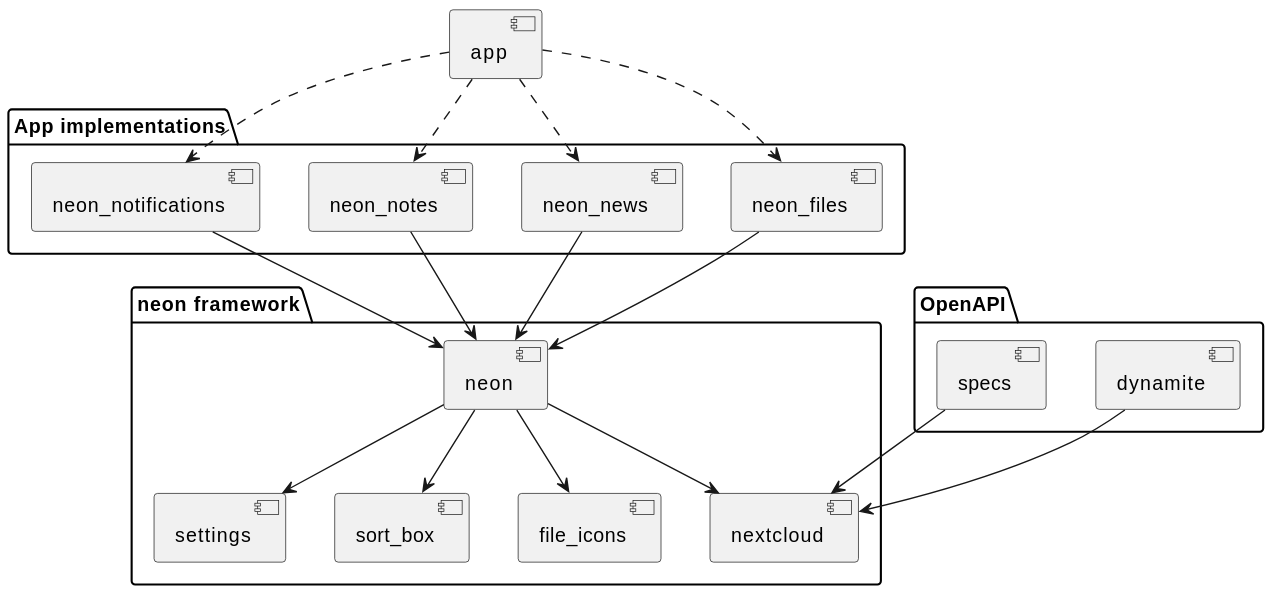
The PlantUML diagram docs/architecture.svg in nextcloud/neon, before a commit.
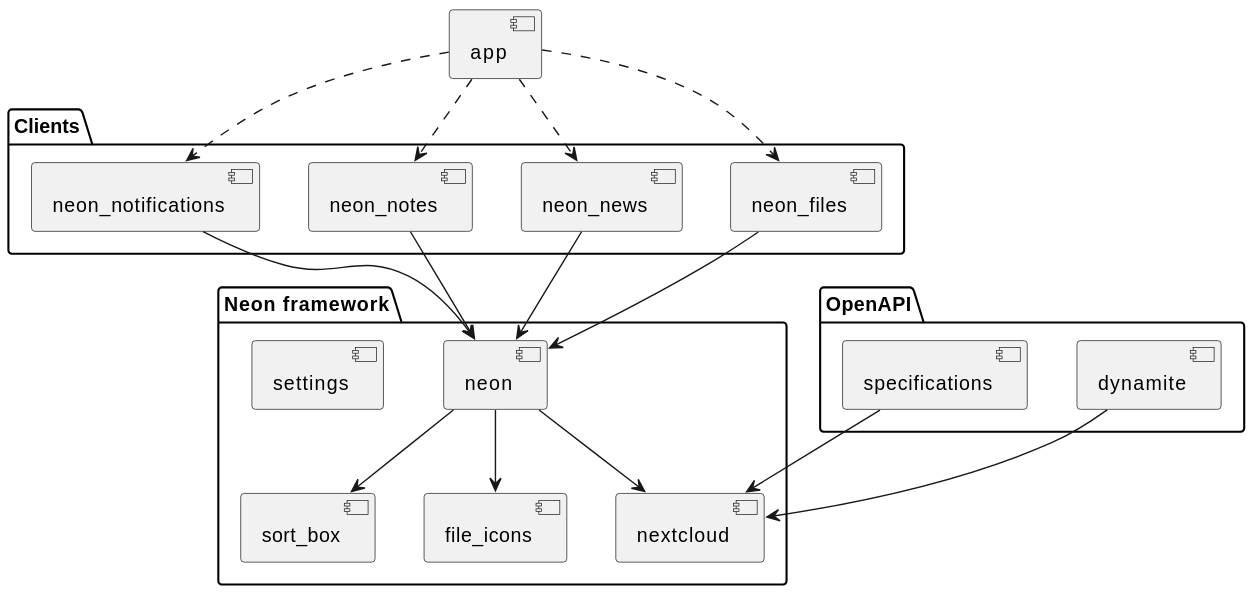
After the change.

Diff of the diagram source:
```diff
@@ -1,5 +1,5 @@
 @startuml
-package "neon framework" {
+package "Neon framework" {
     component neon
     component nextcloud
     component settings
@@ -7,7 +7,7 @@
     component file_icons
 }
 
-package "App implementations" {
+package "Clients" {
     component neon_files
     component neon_news
     component neon_notes
@@ -16,7 +16,7 @@
 
 package "OpenAPI" {
     component dynamite
-    component specs
+    component specifications
 }
 
 component app
@@ -33,10 +33,9 @@
 
 
 neon --> nextcloud
-neon --> settings
 neon --> sort_box
 neon --> file_icons
 
 dynamite --> nextcloud
-specs --> nextcloud
+specifications --> nextcloud
 @enduml
```
